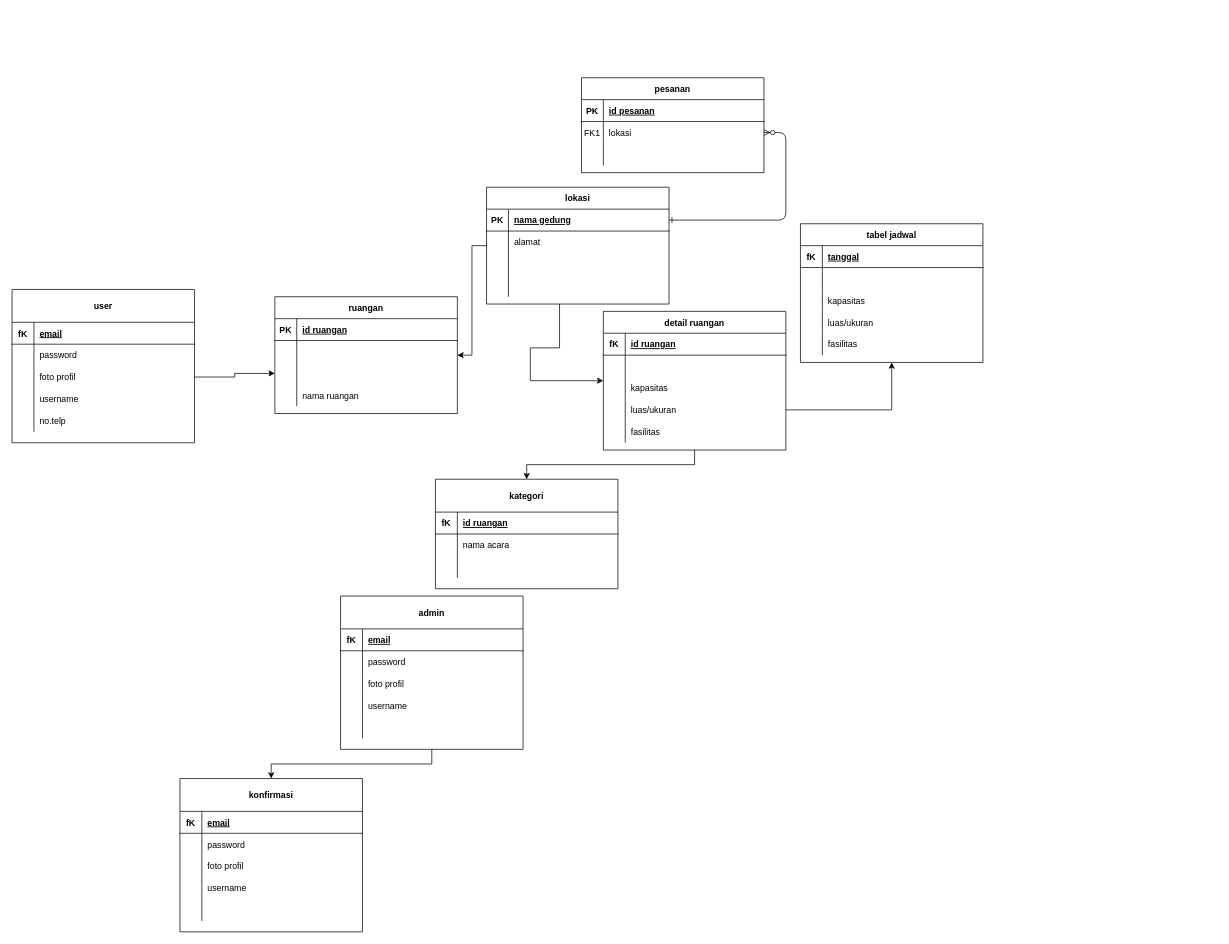
Before: erd.drawio in ardya6/erd-dfd, a draw.io diagram. Source tidied: cells renumbered, new cells numbered last; positions are measured from the earlier drawing's top-left corner, leaving out a move shared by most shapes. Both pictures are drawn from the tidied source at 73%, with x=0, y=0 at pixel (12, 77).
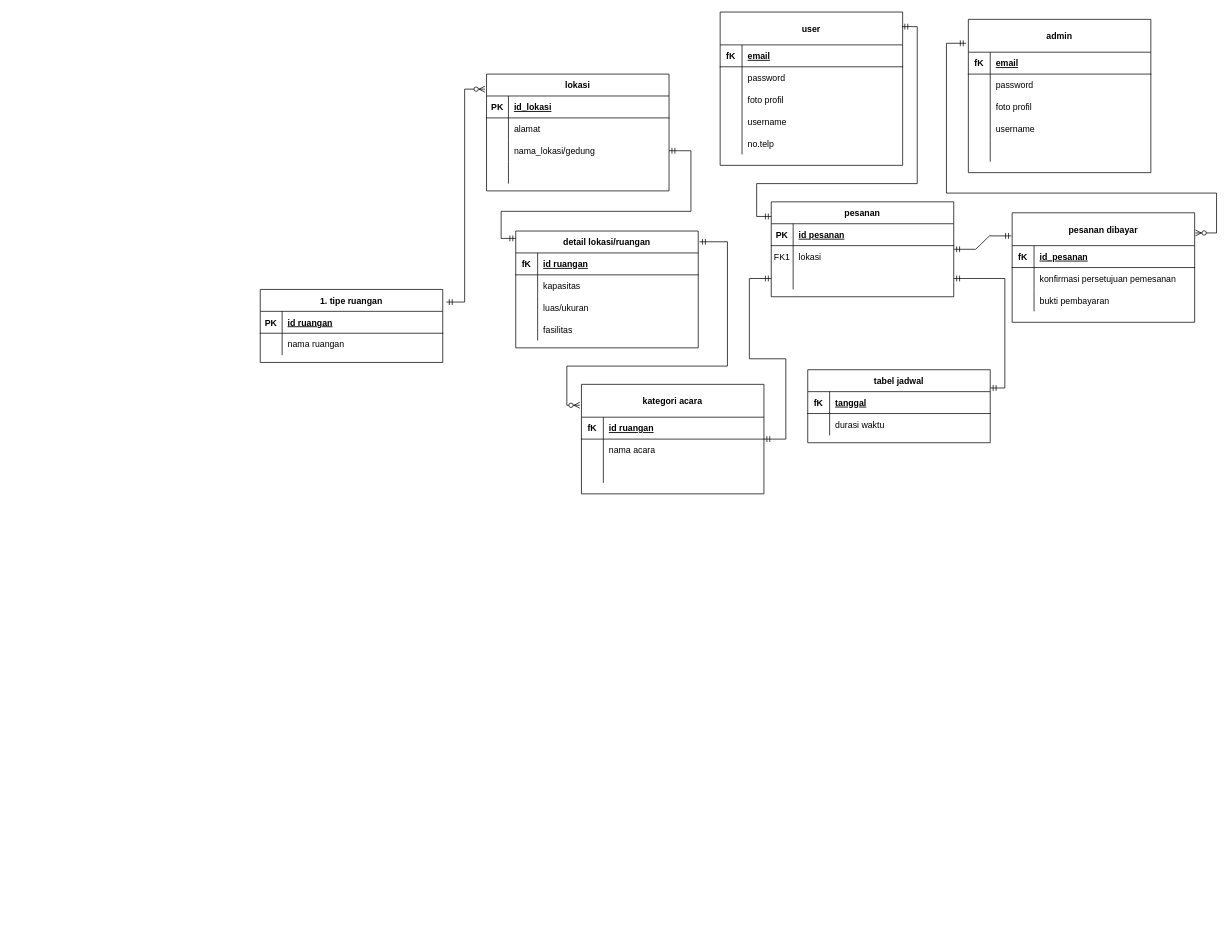
Above is the later version.

The change refers to these unchanged cells:
```xml
<mxCell id="7" style="shape=partialRectangle;fillColor=none;points=[[0,0.5],[1,0.5]];portConstraint=eastwest;top=0;left=0;right=0;bottom=0;" parent="3" vertex="1">
  <mxGeometry y="60" width="250" height="30" as="geometry" />
</mxCell>
<mxCell id="10" style="shape=partialRectangle;fillColor=none;points=[[0,0.5],[1,0.5]];portConstraint=eastwest;top=0;left=0;right=0;bottom=0;" parent="3" vertex="1">
  <mxGeometry y="90" width="250" height="30" as="geometry" />
</mxCell>
<mxCell id="15" style="shape=partialRectangle;fillColor=none;points=[[0,0.5],[1,0.5]];portConstraint=eastwest;top=0;left=0;right=0;bottom=1;" parent="14" vertex="1">
  <mxGeometry y="30" width="250" height="30" as="geometry" />
</mxCell>
<mxCell id="21" style="shape=partialRectangle;fillColor=none;points=[[0,0.5],[1,0.5]];portConstraint=eastwest;top=0;left=0;right=0;bottom=0;" parent="14" vertex="1">
  <mxGeometry y="90" width="250" height="30" as="geometry" />
</mxCell>
<mxCell id="75" style="shape=partialRectangle;fillColor=none;points=[[0,0.5],[1,0.5]];portConstraint=eastwest;top=0;left=0;right=0;bottom=0;" parent="68" vertex="1">
  <mxGeometry y="105" width="250" height="30" as="geometry" />
</mxCell>
<mxCell id="102" style="shape=partialRectangle;fillColor=none;top=0;left=0;right=0;bottom=1;" parent="101" vertex="1">
  <mxGeometry y="45" width="250" height="30" as="geometry" />
</mxCell>
<mxCell id="121" style="shape=partialRectangle;fillColor=none;top=0;left=0;right=0;bottom=0;" parent="117" vertex="1">
  <mxGeometry y="60" width="250" height="30" as="geometry" />
</mxCell>
```

Change to the diagram source:
```diff
@@
-    <mxCell id="2" style="edgeStyle=entityRelationEdgeStyle;endArrow=ERzeroToMany;startArrow=ERone;endFill=1;startFill=0;" parent="1" edge="1" source="15" target="7">
-      <mxGeometry relative="1" as="geometry" />
-    </mxCell>
     <mxCell id="3" value="pesanan" style="shape=table;startSize=30;childLayout=tableLayout;rowLines=0;fontStyle=1;align=center;" parent="1" vertex="1">
-      <mxGeometry x="780" width="250" height="130" as="geometry" />
+      <mxGeometry x="1040" y="170" width="250" height="130" as="geometry" />
     </mxCell>
@@
-    <mxCell id="13" style="edgeStyle=orthogonalEdgeStyle;rounded=0;jettySize=auto;html=1;" parent="1" edge="1" source="14" target="28">
-      <mxGeometry relative="1" as="geometry" />
-    </mxCell>
     <mxCell id="14" value="lokasi" style="shape=table;startSize=30;childLayout=tableLayout;rowLines=0;fontStyle=1;align=center;" parent="1" vertex="1">
-      <mxGeometry x="650" y="150" width="250" height="160" as="geometry" />
+      <mxGeometry x="650" y="-5" width="250" height="160" as="geometry" />
     </mxCell>
@@
-    <mxCell id="17" value="nama gedung" style="shape=partialRectangle;overflow=hidden;fillColor=none;top=0;left=0;bottom=0;right=0;align=left;spacingLeft=6;fontStyle=5;" parent="15" vertex="1">
+    <mxCell id="17" value="id_lokasi" style="shape=partialRectangle;overflow=hidden;fillColor=none;top=0;left=0;bottom=0;right=0;align=left;spacingLeft=6;fontStyle=5;" parent="15" vertex="1">
       <mxGeometry x="30" width="220" height="30" as="geometry" />
     </mxCell>
@@
-    <mxCell id="23" style="shape=partialRectangle;overflow=hidden;fillColor=none;top=0;left=0;bottom=0;right=0;align=left;spacingLeft=6;" parent="21" vertex="1">
+    <mxCell id="23" value="nama_lokasi/gedung" style="shape=partialRectangle;overflow=hidden;fillColor=none;top=0;left=0;bottom=0;right=0;align=left;spacingLeft=6;" parent="21" vertex="1">
       <mxGeometry x="30" width="220" height="30" as="geometry" />
     </mxCell>
@@
-    <mxCell id="27" style="edgeStyle=orthogonalEdgeStyle;rounded=0;jettySize=auto;html=1;" parent="1" edge="1" target="42">
-      <mxGeometry relative="1" as="geometry">
-        <mxPoint x="750" y="310" as="sourcePoint" />
-        <Array as="points">
-          <mxPoint x="710" y="370" />
-          <mxPoint x="710" y="415" />
-        </Array>
-      </mxGeometry>
-    </mxCell>
-    <mxCell id="28" value="ruangan" style="shape=table;startSize=30;childLayout=tableLayout;rowLines=0;fontStyle=1;align=center;" parent="1" vertex="1">
-      <mxGeometry x="360" y="300" width="250" height="160" as="geometry" />
+    <mxCell id="28" value="1. tipe ruangan" style="shape=table;startSize=30;childLayout=tableLayout;rowLines=0;fontStyle=1;align=center;" parent="1" vertex="1">
+      <mxGeometry x="340" y="290" width="250" height="100" as="geometry" />
     </mxCell>
@@
-    <mxCell id="32" style="shape=partialRectangle;fillColor=none;top=0;left=0;right=0;bottom=0;" parent="28" vertex="1">
-      <mxGeometry y="60" width="250" height="30" as="geometry" />
-    </mxCell>
-    <mxCell id="33" style="shape=partialRectangle;overflow=hidden;fillColor=none;top=0;left=0;bottom=0;right=0;" parent="32" vertex="1">
-      <mxGeometry width="30" height="30" as="geometry" />
-    </mxCell>
-    <mxCell id="34" style="shape=partialRectangle;overflow=hidden;fillColor=none;top=0;left=0;bottom=0;right=0;align=left;spacingLeft=6;" parent="32" vertex="1">
-      <mxGeometry x="30" width="220" height="30" as="geometry" />
-    </mxCell>
-    <mxCell id="35" style="shape=partialRectangle;fillColor=none;points=[[0,0.5],[1,0.5]];portConstraint=eastwest;top=0;left=0;right=0;bottom=0;" parent="28" vertex="1">
-      <mxGeometry y="90" width="250" height="30" as="geometry" />
-    </mxCell>
-    <mxCell id="36" style="shape=partialRectangle;overflow=hidden;fillColor=none;top=0;left=0;bottom=0;right=0;" parent="35" vertex="1">
-      <mxGeometry width="30" height="30" as="geometry" />
-    </mxCell>
-    <mxCell id="37" style="shape=partialRectangle;overflow=hidden;fillColor=none;top=0;left=0;bottom=0;right=0;align=left;spacingLeft=6;" parent="35" vertex="1">
-      <mxGeometry x="30" width="220" height="30" as="geometry" />
-    </mxCell>
     <mxCell id="38" style="shape=partialRectangle;fillColor=none;top=0;left=0;right=0;bottom=0;" parent="28" vertex="1">
-      <mxGeometry y="120" width="250" height="30" as="geometry" />
+      <mxGeometry y="60" width="250" height="30" as="geometry" />
     </mxCell>
@@
-    <mxCell id="41" style="edgeStyle=orthogonalEdgeStyle;rounded=0;jettySize=auto;html=1;" parent="1" edge="1" source="42" target="58">
-      <mxGeometry relative="1" as="geometry" />
-    </mxCell>
-    <mxCell id="42" value="detail ruangan" style="shape=table;startSize=30;childLayout=tableLayout;rowLines=0;fontStyle=1;align=center;" parent="1" vertex="1">
-      <mxGeometry x="810" y="320" width="250" height="190" as="geometry" />
+    <mxCell id="42" value="detail lokasi/ruangan" style="shape=table;startSize=30;childLayout=tableLayout;rowLines=0;fontStyle=1;align=center;" parent="1" vertex="1">
+      <mxGeometry x="690" y="210" width="250" height="160" as="geometry" />
     </mxCell>
@@
-    <mxCell id="46" style="shape=partialRectangle;fillColor=none;top=0;left=0;right=0;bottom=0;" parent="42" vertex="1">
-      <mxGeometry y="60" width="250" height="30" as="geometry" />
-    </mxCell>
-    <mxCell id="47" style="shape=partialRectangle;overflow=hidden;fillColor=none;top=0;left=0;bottom=0;right=0;" parent="46" vertex="1">
-      <mxGeometry width="30" height="30" as="geometry" />
-    </mxCell>
-    <mxCell id="48" style="shape=partialRectangle;overflow=hidden;fillColor=none;top=0;left=0;bottom=0;right=0;align=left;spacingLeft=6;" parent="46" vertex="1">
-      <mxGeometry x="30" width="220" height="30" as="geometry" />
-    </mxCell>
     <mxCell id="49" style="shape=partialRectangle;fillColor=none;top=0;left=0;right=0;bottom=0;" parent="42" vertex="1">
-      <mxGeometry y="90" width="250" height="30" as="geometry" />
+      <mxGeometry y="60" width="250" height="30" as="geometry" />
     </mxCell>
@@
     <mxCell id="52" style="shape=partialRectangle;fillColor=none;points=[[0,0.5],[1,0.5]];portConstraint=eastwest;top=0;left=0;right=0;bottom=0;" parent="42" vertex="1">
-      <mxGeometry y="120" width="250" height="30" as="geometry" />
+      <mxGeometry y="90" width="250" height="30" as="geometry" />
     </mxCell>
@@
     <mxCell id="55" style="shape=partialRectangle;fillColor=none;top=0;left=0;right=0;bottom=0;" parent="42" vertex="1">
-      <mxGeometry y="150" width="250" height="30" as="geometry" />
+      <mxGeometry y="120" width="250" height="30" as="geometry" />
     </mxCell>
@@
-    <mxCell id="58" value="kategori" style="shape=table;startSize=45;childLayout=tableLayout;rowLines=0;fontStyle=1;align=center;" parent="1" vertex="1">
-      <mxGeometry x="580" y="550" width="250" height="150" as="geometry" />
+    <mxCell id="58" value="kategori acara" style="shape=table;startSize=45;childLayout=tableLayout;rowLines=0;fontStyle=1;align=center;" parent="1" vertex="1">
+      <mxGeometry x="780" y="420" width="250" height="150" as="geometry" />
     </mxCell>
@@
     <mxCell id="68" value="user" style="shape=table;startSize=45;childLayout=tableLayout;rowLines=0;fontStyle=1;align=center;" parent="1" vertex="1">
-      <mxGeometry y="290" width="250" height="210" as="geometry" />
+      <mxGeometry x="970" y="-90" width="250" height="210" as="geometry" />
     </mxCell>
@@
-    <mxCell id="84" style="edgeStyle=orthogonalEdgeStyle;rounded=0;jettySize=auto;html=1;" parent="1" edge="1" source="85" target="101">
-      <mxGeometry relative="1" as="geometry" />
-    </mxCell>
     <mxCell id="85" value="admin" style="shape=table;startSize=45;childLayout=tableLayout;rowLines=0;fontStyle=1;align=center;" parent="1" vertex="1">
-      <mxGeometry x="450" y="710" width="250" height="210" as="geometry" />
+      <mxGeometry x="1310" y="-80" width="250" height="210" as="geometry" />
     </mxCell>
@@
-    <mxCell id="101" value="konfirmasi" style="shape=table;startSize=45;childLayout=tableLayout;rowLines=0;fontStyle=1;align=center;" parent="1" vertex="1">
-      <mxGeometry x="230" y="960" width="250" height="210" as="geometry" />
+    <mxCell id="101" value="pesanan dibayar" style="shape=table;startSize=45;childLayout=tableLayout;rowLines=0;fontStyle=1;align=center;" parent="1" vertex="1">
+      <mxGeometry x="1370" y="185" width="250" height="150" as="geometry" />
     </mxCell>
@@
-    <mxCell id="104" value="email" style="shape=partialRectangle;overflow=hidden;fillColor=none;top=0;left=0;bottom=0;right=0;align=left;spacingLeft=6;fontStyle=5;" parent="102" vertex="1">
+    <mxCell id="104" value="id_pesanan" style="shape=partialRectangle;overflow=hidden;fillColor=none;top=0;left=0;bottom=0;right=0;align=left;spacingLeft=6;fontStyle=5;" parent="102" vertex="1">
       <mxGeometry x="30" width="220" height="30" as="geometry" />
     </mxCell>
-    <mxCell id="105" style="shape=partialRectangle;fillColor=none;top=0;left=0;right=0;bottom=0;" parent="101" vertex="1">
-      <mxGeometry y="75" width="250" height="30" as="geometry" />
-    </mxCell>
-    <mxCell id="106" style="shape=partialRectangle;overflow=hidden;fillColor=none;top=0;left=0;bottom=0;right=0;" parent="105" vertex="1">
-      <mxGeometry width="30" height="30" as="geometry" />
-    </mxCell>
-    <mxCell id="107" value="password" style="shape=partialRectangle;overflow=hidden;fillColor=none;top=0;left=0;bottom=0;right=0;align=left;spacingLeft=6;" parent="105" vertex="1">
-      <mxGeometry x="30" width="220" height="30" as="geometry" />
-    </mxCell>
-    <mxCell id="108" style="shape=partialRectangle;fillColor=none;top=0;left=0;right=0;bottom=0;" parent="101" vertex="1">
-      <mxGeometry y="105" width="250" height="30" as="geometry" />
-    </mxCell>
-    <mxCell id="109" style="shape=partialRectangle;overflow=hidden;fillColor=none;top=0;left=0;bottom=0;right=0;" parent="108" vertex="1">
-      <mxGeometry width="30" height="30" as="geometry" />
-    </mxCell>
-    <mxCell id="110" value="foto profil" style="shape=partialRectangle;overflow=hidden;fillColor=none;top=0;left=0;bottom=0;right=0;align=left;spacingLeft=6;" parent="108" vertex="1">
-      <mxGeometry x="30" width="220" height="30" as="geometry" />
-    </mxCell>
     <mxCell id="111" style="shape=partialRectangle;fillColor=none;top=0;left=0;right=0;bottom=0;" parent="101" vertex="1">
-      <mxGeometry y="135" width="250" height="30" as="geometry" />
+      <mxGeometry y="75" width="250" height="30" as="geometry" />
     </mxCell>
@@
-    <mxCell id="113" value="username" style="shape=partialRectangle;overflow=hidden;fillColor=none;top=0;left=0;bottom=0;right=0;align=left;spacingLeft=6;" parent="111" vertex="1">
+    <mxCell id="113" value="konfirmasi persetujuan pemesanan" style="shape=partialRectangle;overflow=hidden;fillColor=none;top=0;left=0;bottom=0;right=0;align=left;spacingLeft=6;" parent="111" vertex="1">
       <mxGeometry x="30" width="220" height="30" as="geometry" />
     </mxCell>
     <mxCell id="114" style="shape=partialRectangle;fillColor=none;top=0;left=0;right=0;bottom=0;" parent="101" vertex="1">
-      <mxGeometry y="165" width="250" height="30" as="geometry" />
+      <mxGeometry y="105" width="250" height="30" as="geometry" />
     </mxCell>
@@
-    <mxCell id="116" style="shape=partialRectangle;overflow=hidden;fillColor=none;top=0;left=0;bottom=0;right=0;align=left;spacingLeft=6;" parent="114" vertex="1">
+    <mxCell id="116" value="bukti pembayaran" style="shape=partialRectangle;overflow=hidden;fillColor=none;top=0;left=0;bottom=0;right=0;align=left;spacingLeft=6;" parent="114" vertex="1">
       <mxGeometry x="30" width="220" height="30" as="geometry" />
     </mxCell>
     <mxCell id="117" value="tabel jadwal" style="shape=table;startSize=30;childLayout=tableLayout;rowLines=0;fontStyle=1;align=center;" parent="1" vertex="1">
-      <mxGeometry x="1080" y="200" width="250" height="190" as="geometry" />
+      <mxGeometry x="1090" y="400" width="250" height="100" as="geometry" />
     </mxCell>
@@
-    <mxCell id="123" style="shape=partialRectangle;overflow=hidden;fillColor=none;top=0;left=0;bottom=0;right=0;align=left;spacingLeft=6;" parent="121" vertex="1">
+    <mxCell id="123" value="durasi waktu" style="shape=partialRectangle;overflow=hidden;fillColor=none;top=0;left=0;bottom=0;right=0;align=left;spacingLeft=6;" parent="121" vertex="1">
       <mxGeometry x="30" width="220" height="30" as="geometry" />
     </mxCell>
-    <mxCell id="124" style="shape=partialRectangle;fillColor=none;top=0;left=0;right=0;bottom=0;" parent="117" vertex="1">
-      <mxGeometry y="90" width="250" height="30" as="geometry" />
-    </mxCell>
-    <mxCell id="125" style="shape=partialRectangle;overflow=hidden;fillColor=none;top=0;left=0;bottom=0;right=0;" parent="124" vertex="1">
-      <mxGeometry width="30" height="30" as="geometry" />
-    </mxCell>
-    <mxCell id="126" value="kapasitas" style="shape=partialRectangle;overflow=hidden;fillColor=none;top=0;left=0;bottom=0;right=0;align=left;spacingLeft=6;" parent="124" vertex="1">
-      <mxGeometry x="30" width="220" height="30" as="geometry" />
-    </mxCell>
-    <mxCell id="127" style="shape=partialRectangle;fillColor=none;top=0;left=0;right=0;bottom=0;" parent="117" vertex="1">
-      <mxGeometry y="120" width="250" height="30" as="geometry" />
-    </mxCell>
-    <mxCell id="128" style="shape=partialRectangle;overflow=hidden;fillColor=none;top=0;left=0;bottom=0;right=0;" parent="127" vertex="1">
-      <mxGeometry width="30" height="30" as="geometry" />
-    </mxCell>
-    <mxCell id="129" value="luas/ukuran" style="shape=partialRectangle;overflow=hidden;fillColor=none;top=0;left=0;bottom=0;right=0;align=left;spacingLeft=6;" parent="127" vertex="1">
-      <mxGeometry x="30" width="220" height="30" as="geometry" />
-    </mxCell>
-    <mxCell id="130" style="shape=partialRectangle;fillColor=none;top=0;left=0;right=0;bottom=0;" parent="117" vertex="1">
-      <mxGeometry y="150" width="250" height="30" as="geometry" />
-    </mxCell>
-    <mxCell id="131" style="shape=partialRectangle;overflow=hidden;fillColor=none;top=0;left=0;bottom=0;right=0;" parent="130" vertex="1">
-      <mxGeometry width="30" height="30" as="geometry" />
-    </mxCell>
-    <mxCell id="132" value="fasilitas" style="shape=partialRectangle;overflow=hidden;fillColor=none;top=0;left=0;bottom=0;right=0;align=left;spacingLeft=6;" parent="130" vertex="1">
-      <mxGeometry x="30" width="220" height="30" as="geometry" />
-    </mxCell>
-    <mxCell id="133" style="edgeStyle=orthogonalEdgeStyle;rounded=0;jettySize=auto;html=1;" parent="1" edge="1" source="52" target="117">
-      <mxGeometry relative="1" as="geometry" />
-    </mxCell>
-    <mxCell id="134" style="edgeStyle=orthogonalEdgeStyle;rounded=0;jettySize=auto;html=1;" parent="1" edge="1" source="75" target="35">
-      <mxGeometry relative="1" as="geometry" />
-    </mxCell>
+    <mxCell id="135" style="edgeStyle=orthogonalEdgeStyle;fontSize=12;html=1;endArrow=ERzeroToMany;startArrow=ERmandOne;rounded=0;exitX=1.02;exitY=0.173;exitDx=0;exitDy=0;exitPerimeter=0;entryX=-0.009;entryY=0.129;entryDx=0;entryDy=0;entryPerimeter=0;" parent="1" edge="1" source="28" target="14">
+      <mxGeometry relative="1" as="geometry">
+        <Array as="points">
+          <mxPoint x="620" y="307" />
+          <mxPoint x="620" y="16" />
+        </Array>
+      </mxGeometry>
+    </mxCell>
+    <mxCell id="136" style="edgeStyle=orthogonalEdgeStyle;fontSize=12;html=1;endArrow=ERmandOne;startArrow=ERmandOne;rounded=0;entryX=0;entryY=0.063;entryDx=0;entryDy=0;entryPerimeter=0;exitX=1;exitY=0.5;exitDx=0;exitDy=0;" parent="1" edge="1" source="21" target="42">
+      <mxGeometry relative="1" as="geometry">
+        <Array as="points">
+          <mxPoint x="930" y="100" />
+          <mxPoint x="930" y="183" />
+          <mxPoint x="670" y="183" />
+          <mxPoint x="670" y="220" />
+        </Array>
+      </mxGeometry>
+    </mxCell>
+    <mxCell id="137" style="edgeStyle=orthogonalEdgeStyle;fontSize=12;html=1;endArrow=ERmandOne;startArrow=ERmandOne;rounded=0;entryX=0.996;entryY=0.095;entryDx=0;entryDy=0;entryPerimeter=0;exitX=0;exitY=0.154;exitDx=0;exitDy=0;exitPerimeter=0;" parent="1" edge="1" source="3" target="68">
+      <mxGeometry relative="1" as="geometry">
+        <Array as="points">
+          <mxPoint x="1020" y="190" />
+          <mxPoint x="1020" y="145" />
+          <mxPoint x="1240" y="145" />
+          <mxPoint x="1240" y="-70" />
+        </Array>
+      </mxGeometry>
+    </mxCell>
+    <mxCell id="41" style="edgeStyle=orthogonalEdgeStyle;fontSize=12;html=1;endArrow=ERzeroToMany;startArrow=ERmandOne;rounded=0;exitX=1.007;exitY=0.092;exitDx=0;exitDy=0;exitPerimeter=0;entryX=-0.009;entryY=0.191;entryDx=0;entryDy=0;entryPerimeter=0;" parent="1" edge="1" source="42" target="58">
+      <mxGeometry relative="1" as="geometry">
+        <Array as="points">
+          <mxPoint x="980" y="225" />
+          <mxPoint x="980" y="395" />
+          <mxPoint x="760" y="395" />
+          <mxPoint x="760" y="449" />
+        </Array>
+      </mxGeometry>
+    </mxCell>
+    <mxCell id="138" style="edgeStyle=entityRelationEdgeStyle;fontSize=12;html=1;endArrow=ERmandOne;startArrow=ERmandOne;rounded=0;entryX=-0.004;entryY=0.211;entryDx=0;entryDy=0;entryPerimeter=0;" parent="1" edge="1" source="3" target="101">
+      <mxGeometry relative="1" as="geometry" />
+    </mxCell>
+    <mxCell id="139" style="edgeStyle=entityRelationEdgeStyle;fontSize=12;html=1;endArrow=ERmandOne;startArrow=ERmandOne;rounded=0;entryX=0;entryY=0.5;entryDx=0;entryDy=0;" parent="1" edge="1" source="58" target="10">
+      <mxGeometry relative="1" as="geometry" />
+    </mxCell>
+    <mxCell id="140" style="edgeStyle=orthogonalEdgeStyle;fontSize=12;html=1;endArrow=ERmandOne;startArrow=ERmandOne;rounded=0;exitX=1;exitY=0.25;exitDx=0;exitDy=0;entryX=1;entryY=0.5;entryDx=0;entryDy=0;" parent="1" edge="1" source="117" target="10">
+      <mxGeometry relative="1" as="geometry">
+        <Array as="points">
+          <mxPoint x="1360" y="425" />
+          <mxPoint x="1360" y="275" />
+        </Array>
+      </mxGeometry>
+    </mxCell>
+    <mxCell id="84" style="edgeStyle=orthogonalEdgeStyle;fontSize=12;html=1;endArrow=ERzeroToMany;startArrow=ERmandOne;rounded=0;exitX=-0.012;exitY=0.156;exitDx=0;exitDy=0;exitPerimeter=0;entryX=1.004;entryY=0.184;entryDx=0;entryDy=0;entryPerimeter=0;" parent="1" edge="1" source="85" target="101">
+      <mxGeometry relative="1" as="geometry">
+        <Array as="points">
+          <mxPoint x="1280" y="-47" />
+          <mxPoint x="1280" y="158" />
+          <mxPoint x="1650" y="158" />
+          <mxPoint x="1650" y="213" />
+        </Array>
+      </mxGeometry>
+    </mxCell>
```
